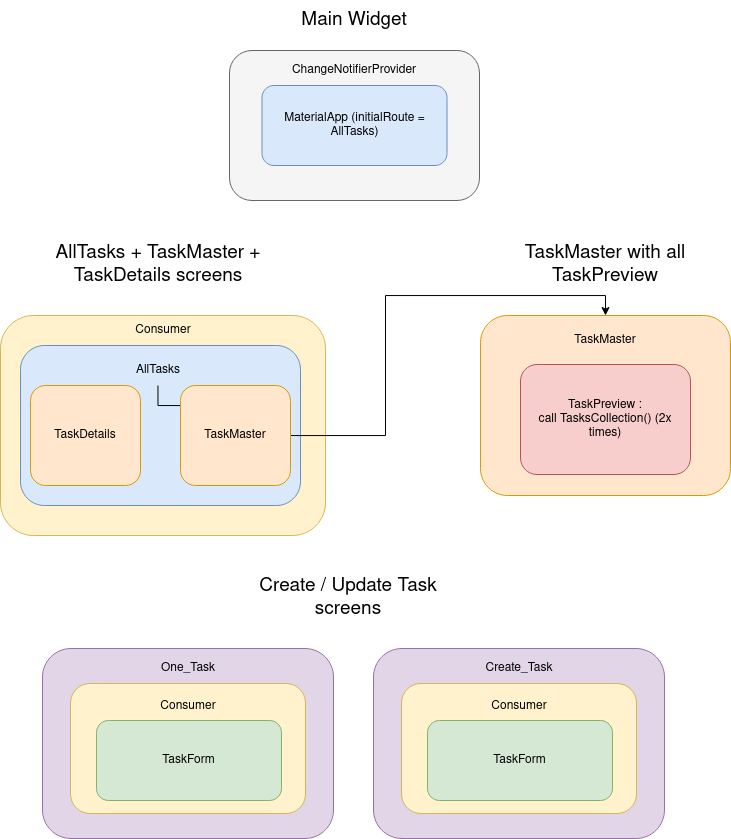
This is TodoList tree.drawio.png from sebastienklaus/flutter_ToDoList, a draw.io export, as it was before one commit. Source tidied: cells renumbered, new cells last; positions are measured from the earlier drawing's top-left corner, leaving out a move shared by most shapes.
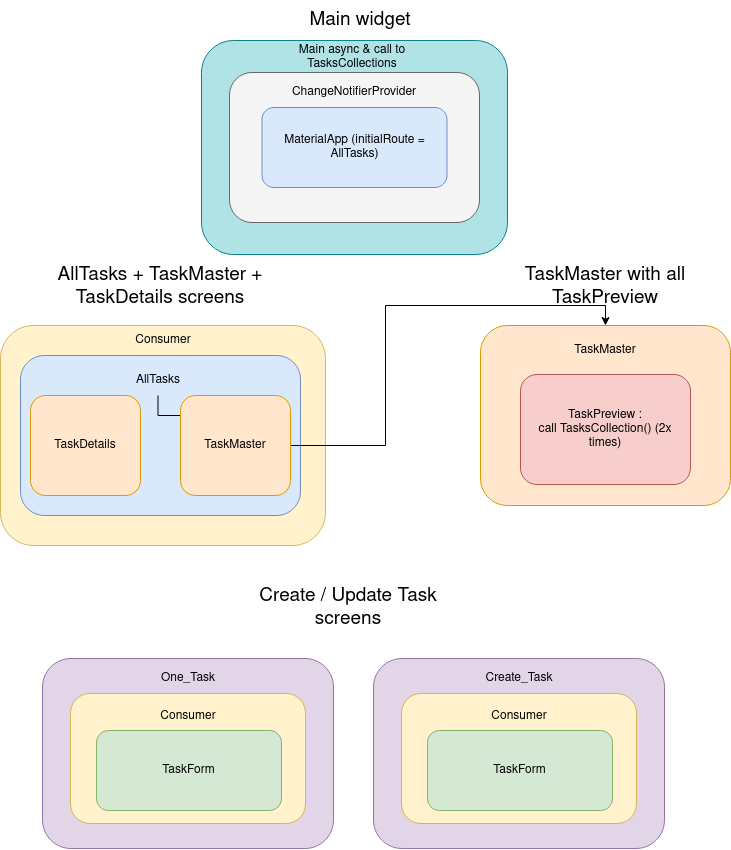
The same diagram one commit later.

Change to the diagram source:
```diff
@@ -2,14 +2,17 @@
   <root>
     <mxCell id="0" />
     <mxCell id="1" parent="0" />
+    <mxCell id="30" style="rounded=1;whiteSpace=wrap;html=1;fillColor=#b0e3e6;strokeColor=#0e8088;" parent="1" vertex="1">
+      <mxGeometry x="201" y="30" width="306" height="214" as="geometry" />
+    </mxCell>
     <mxCell id="2" style="rounded=1;whiteSpace=wrap;html=1;fillColor=#f5f5f5;fontColor=#333333;strokeColor=#666666;" parent="1" vertex="1">
-      <mxGeometry x="229" y="50" width="250" height="150" as="geometry" />
+      <mxGeometry x="229" y="62" width="250" height="150" as="geometry" />
     </mxCell>
     <mxCell id="3" value="MaterialApp (initialRoute = AllTasks)" style="rounded=1;whiteSpace=wrap;html=1;fillColor=#dae8fc;strokeColor=#6c8ebf;" parent="1" vertex="1">
-      <mxGeometry x="261.5" y="85" width="185" height="80" as="geometry" />
+      <mxGeometry x="261.5" y="97" width="185" height="80" as="geometry" />
     </mxCell>
     <mxCell id="4" value="ChangeNotifierProvider" style="text;html=1;strokeColor=none;fillColor=none;align=center;verticalAlign=middle;whiteSpace=wrap;rounded=0;" parent="1" vertex="1">
-      <mxGeometry x="274" y="55" width="160" height="30" as="geometry" />
+      <mxGeometry x="274" y="67" width="160" height="30" as="geometry" />
     </mxCell>
     <mxCell id="5" style="rounded=1;whiteSpace=wrap;html=1;fillColor=#fff2cc;strokeColor=#d6b656;" parent="1" vertex="1">
       <mxGeometry y="315" width="325" height="220" as="geometry" />
@@ -57,14 +60,11 @@
       <mxGeometry x="242.5" y="578" width="210" height="40" as="geometry" />
     </mxCell>
     <mxCell id="20" value="&lt;font style=&quot;font-size: 19px&quot;&gt;AllTasks + TaskMaster + TaskDetails screens&lt;br&gt;&lt;/font&gt;" style="text;html=1;strokeColor=none;fillColor=none;align=center;verticalAlign=middle;whiteSpace=wrap;rounded=0;" parent="1" vertex="1">
-      <mxGeometry x="52.5" y="245" width="210" height="40" as="geometry" />
+      <mxGeometry x="55" y="257" width="210" height="40" as="geometry" />
     </mxCell>
     <mxCell id="21" value="&lt;font style=&quot;font-size: 19px&quot;&gt;TaskMaster with all TaskPreview&lt;br&gt;&lt;/font&gt;" style="text;html=1;strokeColor=none;fillColor=none;align=center;verticalAlign=middle;whiteSpace=wrap;rounded=0;" parent="1" vertex="1">
-      <mxGeometry x="500" y="245" width="210" height="40" as="geometry" />
+      <mxGeometry x="500" y="257" width="210" height="40" as="geometry" />
     </mxCell>
-    <mxCell id="22" value="&lt;font style=&quot;font-size: 19px&quot;&gt;Main Widget&lt;br&gt;&lt;/font&gt;" style="text;html=1;strokeColor=none;fillColor=none;align=center;verticalAlign=middle;whiteSpace=wrap;rounded=0;" parent="1" vertex="1">
-      <mxGeometry x="249" width="210" height="40" as="geometry" />
-    </mxCell>
     <mxCell id="23" value="TaskForm" style="rounded=1;whiteSpace=wrap;html=1;fillColor=#d5e8d4;strokeColor=#82b366;" parent="1" vertex="1">
       <mxGeometry x="96" y="720" width="185" height="80" as="geometry" />
     </mxCell>
@@ -86,5 +86,11 @@
     <mxCell id="29" value="Consumer" style="text;html=1;strokeColor=none;fillColor=none;align=center;verticalAlign=middle;whiteSpace=wrap;rounded=0;" parent="1" vertex="1">
       <mxGeometry x="438.5" y="691" width="160" height="30" as="geometry" />
     </mxCell>
+    <mxCell id="31" value="Main async &amp;amp; call to TasksCollections" style="text;html=1;strokeColor=none;fillColor=none;align=center;verticalAlign=middle;whiteSpace=wrap;rounded=0;" parent="1" vertex="1">
+      <mxGeometry x="272" y="32" width="160" height="30" as="geometry" />
+    </mxCell>
+    <mxCell id="32" value="&lt;font style=&quot;font-size: 19px&quot;&gt;Main widget&lt;br&gt;&lt;/font&gt;" style="text;html=1;strokeColor=none;fillColor=none;align=center;verticalAlign=middle;whiteSpace=wrap;rounded=0;" parent="1" vertex="1">
+      <mxGeometry x="255" y="-10" width="210" height="40" as="geometry" />
+    </mxCell>
   </root>
 </mxGraphModel>
```
